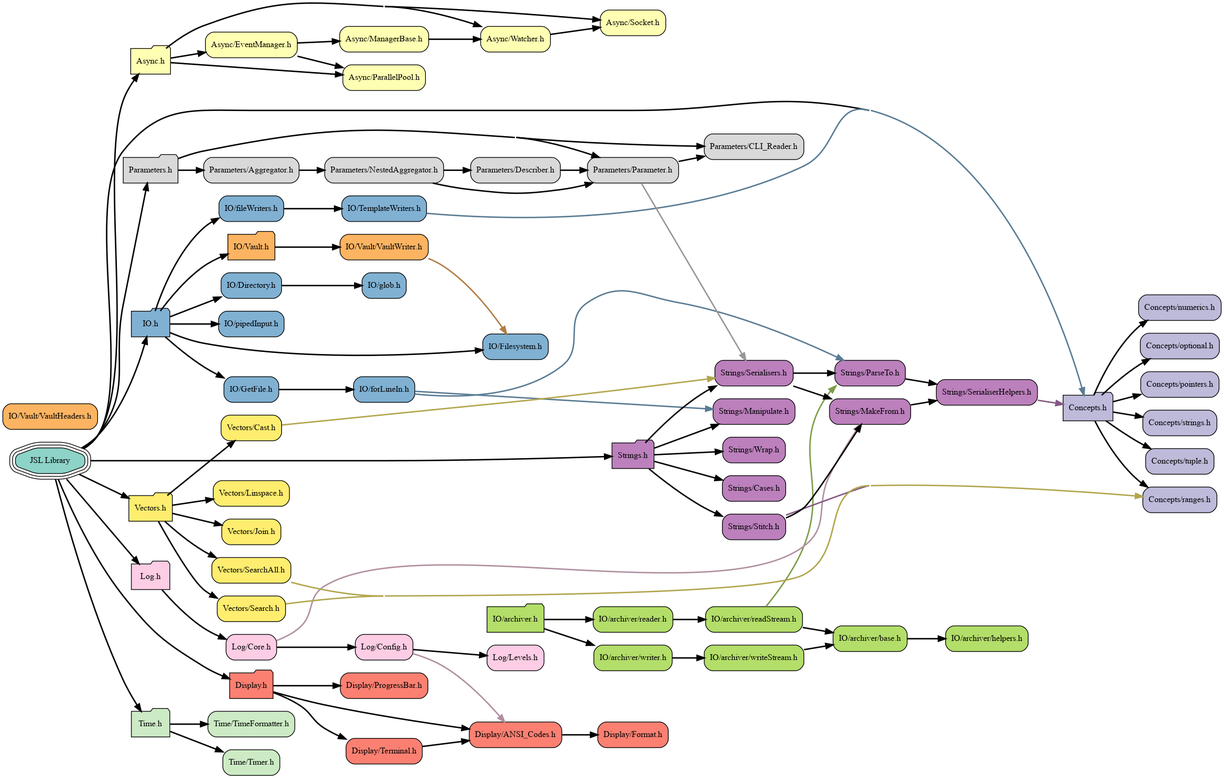
Earlier version of the Graphviz export docs/visualiser/heirarchy.png (DrFraserGovil/JSL). Its source is kept beside it as docs/visualiser/heirarchy.dot.
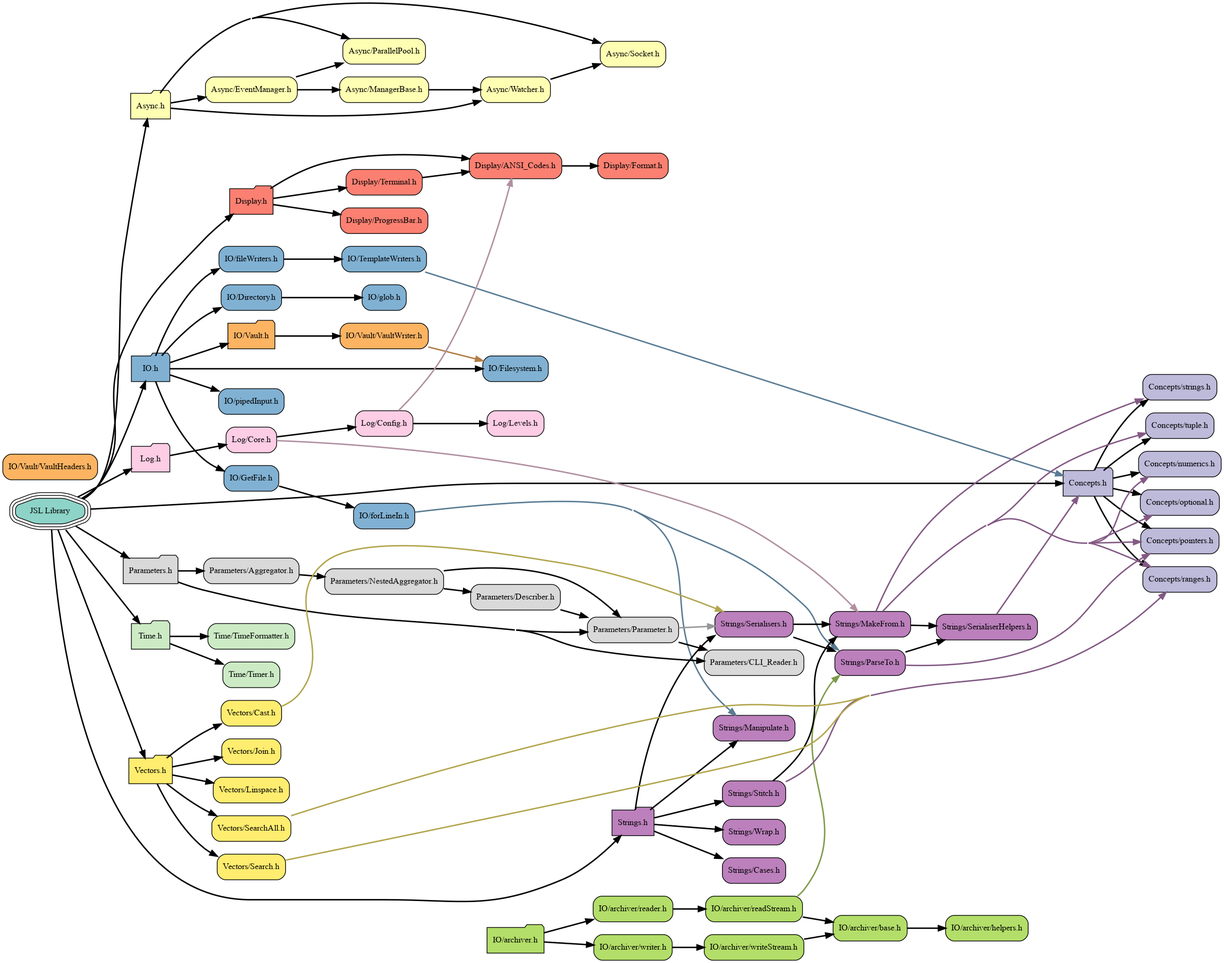
After the change.

Diff of the diagram source:
```diff
@@ -74,14 +74,14 @@
 	node[fillcolor="#ffed6f", style="rounded,filled", shape=box, color="black"] "Vectors/Linspace.h"              [label="Vectors/Linspace.h"]
 	node[fillcolor="#ffed6f", style="rounded,filled", shape=box, color="black"] "Vectors/Search.h"                [label="Vectors/Search.h"]
 	node[fillcolor="#ffed6f", style="rounded,filled", shape=box, color="black"] "Vectors/SearchAll.h"             [label="Vectors/SearchAll.h"]
-	"JSL.h"                           -> "Strings.h"[weight=10,penwidth=2]
+	"JSL.h"                           -> "Log.h"[weight=10,penwidth=2]
 	"JSL.h"                           -> "IO.h"[weight=10,penwidth=2]
-	"JSL.h"                           -> "Log.h"[weight=10,penwidth=2]
-	"JSL.h"                           -> "Time.h"[weight=10,penwidth=2]
+	"JSL.h"                           -> "Vectors.h"[weight=10,penwidth=2]
 	"JSL.h"                           -> "Async.h"[weight=10,penwidth=2]
 	"JSL.h"                           -> "Concepts.h"[weight=10,penwidth=2]
+	"JSL.h"                           -> "Strings.h"[weight=10,penwidth=2]
 	"JSL.h"                           -> "Display.h"[weight=10,penwidth=2]
-	"JSL.h"                           -> "Vectors.h"[weight=10,penwidth=2]
+	"JSL.h"                           -> "Time.h"[weight=10,penwidth=2]
 	"JSL.h"                           -> "Parameters.h"[weight=10,penwidth=2]
 	"Async.h"                         -> "Async/Socket.h"[weight=10,penwidth=2]
 	"Async.h"                         -> "Async/Watcher.h"[weight=10,penwidth=2]
@@ -91,23 +91,23 @@
 	"Async/EventManager.h"            -> "Async/ParallelPool.h"[weight=10,penwidth=2]
 	"Async/ManagerBase.h"             -> "Async/Watcher.h"[weight=10,penwidth=2]
 	"Async/Watcher.h"                 -> "Async/Socket.h"[weight=10,penwidth=2]
+	"Concepts.h"                      -> "Concepts/optional.h"[weight=10,penwidth=2]
 	"Concepts.h"                      -> "Concepts/ranges.h"[weight=10,penwidth=2]
 	"Concepts.h"                      -> "Concepts/strings.h"[weight=10,penwidth=2]
+	"Concepts.h"                      -> "Concepts/tuple.h"[weight=10,penwidth=2]
 	"Concepts.h"                      -> "Concepts/numerics.h"[weight=10,penwidth=2]
 	"Concepts.h"                      -> "Concepts/pointers.h"[weight=10,penwidth=2]
-	"Concepts.h"                      -> "Concepts/optional.h"[weight=10,penwidth=2]
-	"Concepts.h"                      -> "Concepts/tuple.h"[weight=10,penwidth=2]
+	"Display.h"                       -> "Display/ProgressBar.h"[weight=10,penwidth=2]
 	"Display.h"                       -> "Display/Terminal.h"[weight=10,penwidth=2]
 	"Display.h"                       -> "Display/ANSI_Codes.h"[weight=10,penwidth=2]
-	"Display.h"                       -> "Display/ProgressBar.h"[weight=10,penwidth=2]
 	"Display/ANSI_Codes.h"            -> "Display/Format.h"[weight=10,penwidth=2]
 	"Display/Terminal.h"              -> "Display/ANSI_Codes.h"[weight=10,penwidth=2]
-	"IO.h"                            -> "IO/Directory.h"[weight=10,penwidth=2]
+	"IO.h"                            -> "IO/pipedInput.h"[weight=10,penwidth=2]
 	"IO.h"                            -> "IO/fileWriters.h"[weight=10,penwidth=2]
 	"IO.h"                            -> "IO/Filesystem.h"[weight=10,penwidth=2]
+	"IO.h"                            -> "IO/Vault.h"[weight=10,penwidth=2]
 	"IO.h"                            -> "IO/GetFile.h"[weight=10,penwidth=2]
-	"IO.h"                            -> "IO/pipedInput.h"[weight=10,penwidth=2]
-	"IO.h"                            -> "IO/Vault.h"[weight=10,penwidth=2]
+	"IO.h"                            -> "IO/Directory.h"[weight=10,penwidth=2]
 	"IO/Directory.h"                  -> "IO/glob.h"[weight=10,penwidth=2]
 	"IO/GetFile.h"                    -> "IO/forLineIn.h"[weight=10,penwidth=2]
 	"IO/TemplateWriters.h"            -> "Concepts.h"[weight=0,penwidth=2,color="#597b93"]
@@ -134,8 +134,8 @@
 	"Parameters.h"                    -> "Parameters/CLI_Reader.h"[weight=10,penwidth=2]
 	"Parameters/Aggregator.h"         -> "Parameters/NestedAggregator.h"[weight=10,penwidth=2]
 	"Parameters/Describer.h"          -> "Parameters/Parameter.h"[weight=10,penwidth=2]
+	"Parameters/NestedAggregator.h"   -> "Parameters/Describer.h"[weight=10,penwidth=2]
 	"Parameters/NestedAggregator.h"   -> "Parameters/Parameter.h"[weight=10,penwidth=2]
-	"Parameters/NestedAggregator.h"   -> "Parameters/Describer.h"[weight=10,penwidth=2]
 	"Parameters/Parameter.h"          -> "Parameters/CLI_Reader.h"[weight=10,penwidth=2]
 	"Parameters/Parameter.h"          -> "Strings/Serialisers.h"[weight=0,penwidth=2,color="#979797"]
 	"Strings.h"                       -> "Strings/Serialisers.h"[weight=10,penwidth=2]
@@ -144,12 +144,19 @@
 	"Strings.h"                       -> "Strings/Stitch.h"[weight=10,penwidth=2]
 	"Strings.h"                       -> "Strings/Wrap.h"[weight=10,penwidth=2]
 	"Strings/MakeFrom.h"              -> "Strings/SerialiserHelpers.h"[weight=10,penwidth=2]
+	"Strings/MakeFrom.h"              -> "Concepts/optional.h"[weight=0,penwidth=2,color="#835984"]
+	"Strings/MakeFrom.h"              -> "Concepts/tuple.h"[weight=0,penwidth=2,color="#835984"]
+	"Strings/MakeFrom.h"              -> "Concepts/ranges.h"[weight=0,penwidth=2,color="#835984"]
+	"Strings/MakeFrom.h"              -> "Concepts/strings.h"[weight=0,penwidth=2,color="#835984"]
+	"Strings/MakeFrom.h"              -> "Concepts/numerics.h"[weight=0,penwidth=2,color="#835984"]
+	"Strings/MakeFrom.h"              -> "Concepts/pointers.h"[weight=0,penwidth=2,color="#835984"]
 	"Strings/ParseTo.h"               -> "Strings/SerialiserHelpers.h"[weight=10,penwidth=2]
+	"Strings/ParseTo.h"               -> "Concepts/pointers.h"[weight=0,penwidth=2,color="#835984"]
 	"Strings/SerialiserHelpers.h"     -> "Concepts.h"[weight=0,penwidth=2,color="#835984"]
 	"Strings/Serialisers.h"           -> "Strings/MakeFrom.h"[weight=10,penwidth=2]
 	"Strings/Serialisers.h"           -> "Strings/ParseTo.h"[weight=10,penwidth=2]
+	"Strings/Stitch.h"                -> "Strings/MakeFrom.h"[weight=10,penwidth=2]
 	"Strings/Stitch.h"                -> "Concepts/ranges.h"[weight=0,penwidth=2,color="#835984"]
-	"Strings/Stitch.h"                -> "Strings/MakeFrom.h"[weight=10,penwidth=2]
 	"Time.h"                          -> "Time/Timer.h"[weight=10,penwidth=2]
 	"Time.h"                          -> "Time/TimeFormatter.h"[weight=10,penwidth=2]
 	"Vectors.h"                       -> "Vectors/Cast.h"[weight=10,penwidth=2]
```
